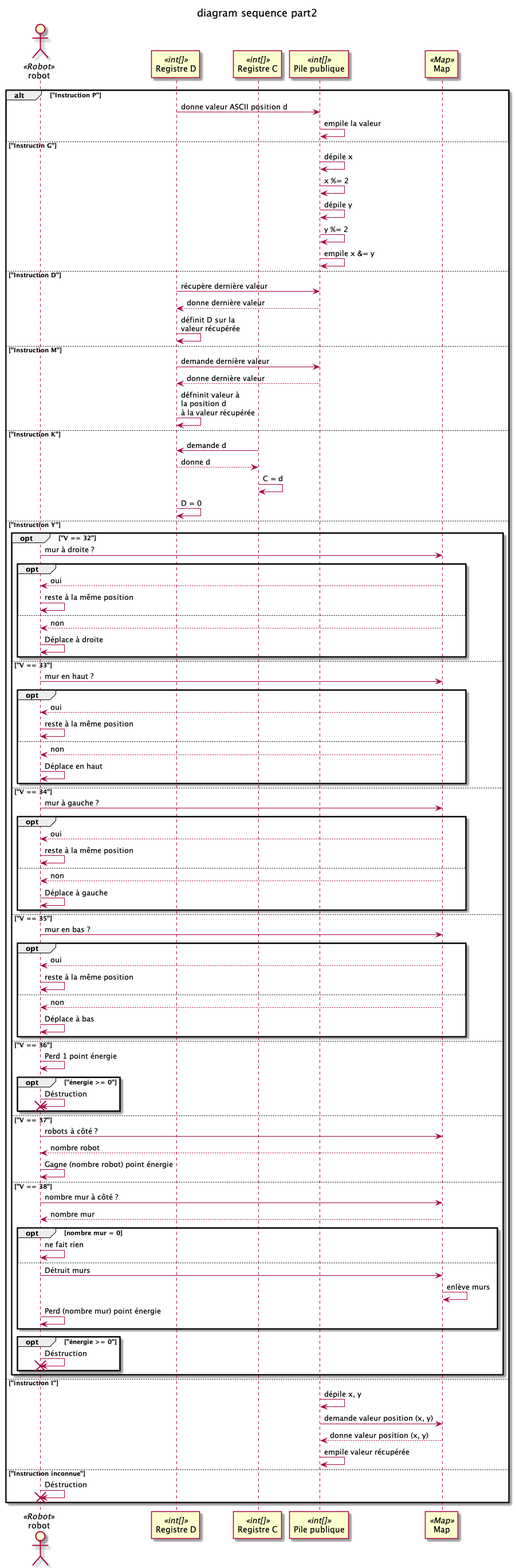
Above: files/uml/diagramSequencePart2.png in AlphaBooy/Mars-Robot (PlantUML), before the change.
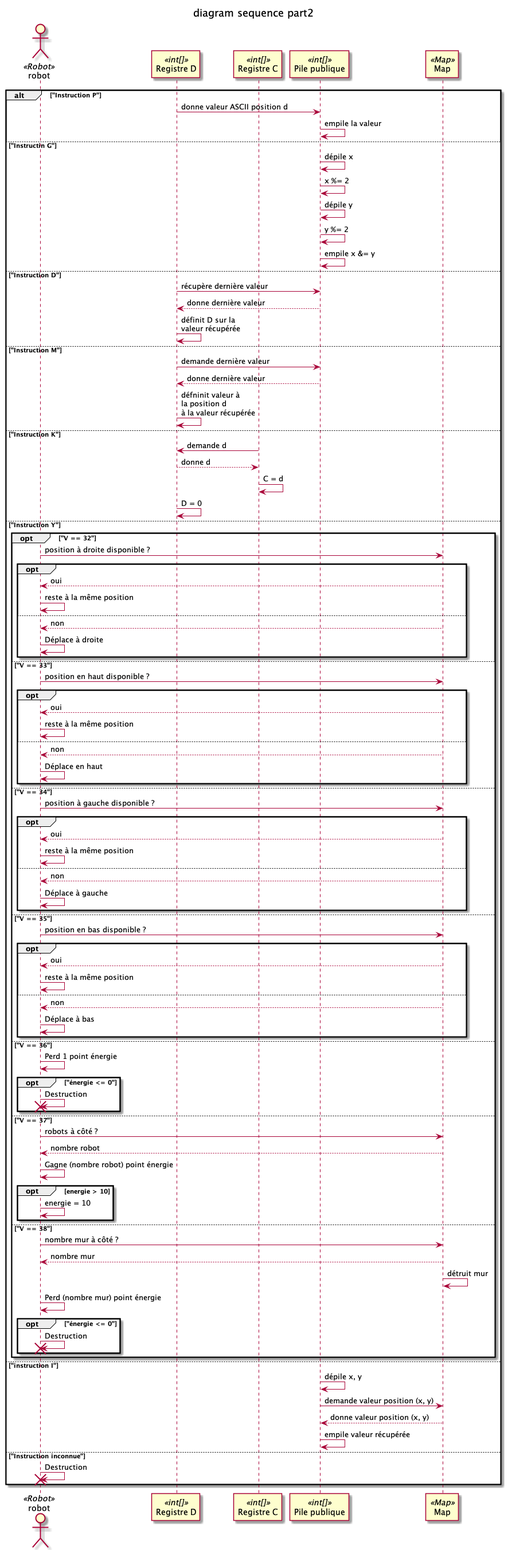
After the change.

Commit message:
♻️ update diagramme sequence partie 2

The edit, as a diff of the source:
```diff
@@ -29,7 +29,7 @@
     D -> D : D = 0
 else "Instruction Y"
     opt "V == 32"
-        robot -> Map : mur à droite ?
+        robot -> Map : position à droite disponible ?
         opt
             Map --> robot : oui
             robot -> robot : reste à la même position
@@ -38,7 +38,7 @@
             robot -> robot : Déplace à droite
         end
     else "V == 33"
-        robot -> Map : mur en haut ?
+        robot -> Map : position en haut disponible ?
         opt
             Map --> robot : oui
             robot -> robot : reste à la même position
@@ -47,7 +47,7 @@
             robot -> robot : Déplace en haut
         end
     else "V == 34"
-        robot -> Map : mur à gauche ?
+        robot -> Map : position à gauche disponible ?
 
         opt
             Map --> robot : oui
@@ -57,7 +57,7 @@
             robot -> robot : Déplace à gauche
         end
     else "V == 35"
-        robot -> Map : mur en bas ?
+        robot -> Map : position en bas disponible ?
         opt
             Map --> robot : oui
             robot -> robot : reste à la même position
@@ -67,26 +67,24 @@
         end
     else "V == 36"
         robot -> robot : Perd 1 point énergie
-        opt "énergie >= 0"
-            robot -> robot : Déstruction
+        opt "énergie <= 0"
+            robot -> robot : Destruction
             destroy robot
         end
     else "V == 37"
         robot -> Map : robots à côté ?
         Map --> robot : nombre robot
         robot -> robot : Gagne (nombre robot) point énergie
+        opt energie > 10
+            robot -> robot : energie = 10
+        end
     else "V == 38"
         robot-> Map : nombre mur à côté ?
         Map --> robot : nombre mur
-        opt nombre mur = 0
-            robot -> robot : ne fait rien
-        else
-            robot -> Map : Détruit murs
-            Map -> Map: enlève murs
-            robot -> robot : Perd (nombre mur) point énergie
-        end
-        opt "énergie >= 0"
-            robot -> robot : Déstruction
+        Map -> Map : détruit mur
+        robot -> robot : Perd (nombre mur) point énergie
+        opt "énergie <= 0"
+            robot -> robot : Destruction
             destroy robot
         end
     end
@@ -96,7 +94,7 @@
     Map --> PP : donne valeur position (x, y)
     PP -> PP : empile valeur récupérée
 else "Instruction inconnue"
-    robot -> robot : Déstruction
+    robot -> robot : Destruction
     destroy robot
 end
 @enduml
```
